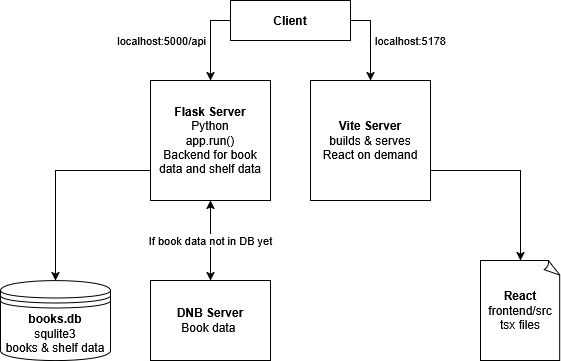
The draw.io diagram documentation/dev-setup-prod-setup-servers/setup-dev.drawio.png in JRuf02/bookfinder, before a commit. Source tidied: cells renumbered, new cells last; positions are measured from the earlier drawing's top-left corner, leaving out a move shared by most shapes.
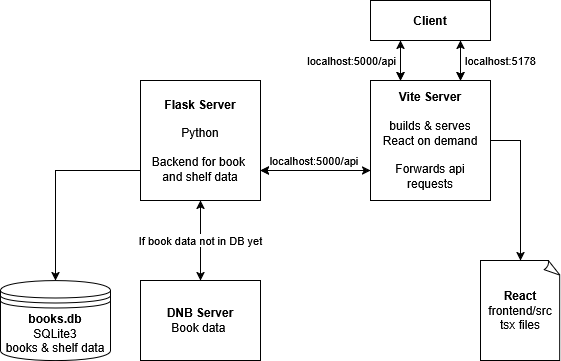
After the change.

What changed in the source:
```diff
@@ -3,35 +3,31 @@
     <mxCell id="0" />
     <mxCell id="1" parent="0" />
     <mxCell id="2" value="&lt;b&gt;Client&lt;/b&gt;" style="html=1;whiteSpace=wrap;" parent="1" vertex="1">
-      <mxGeometry x="230" width="120" height="40" as="geometry" />
+      <mxGeometry x="370" width="120" height="40" as="geometry" />
     </mxCell>
-    <mxCell id="3" value="&lt;div&gt;&lt;b&gt;Vite Server&lt;/b&gt;&lt;/div&gt;&lt;div&gt;builds &amp;amp; serves&lt;/div&gt;&lt;div&gt;React on demand&lt;/div&gt;" style="html=1;whiteSpace=wrap;" parent="1" vertex="1">
-      <mxGeometry x="310" y="80" width="120" height="120" as="geometry" />
+    <mxCell id="3" value="&lt;div&gt;&lt;b&gt;Vite Server&lt;/b&gt;&lt;/div&gt;&lt;div&gt;&lt;b&gt;&lt;br&gt;&lt;/b&gt;&lt;/div&gt;&lt;div&gt;builds &amp;amp; serves&lt;/div&gt;&lt;div&gt;React on demand&lt;/div&gt;&lt;div&gt;&lt;br&gt;&lt;/div&gt;&lt;div&gt;Forwards api requests&lt;/div&gt;" style="html=1;whiteSpace=wrap;" parent="1" vertex="1">
+      <mxGeometry x="370" y="80" width="120" height="120" as="geometry" />
     </mxCell>
-    <mxCell id="4" value="&lt;div&gt;&lt;b&gt;Flask Server&lt;/b&gt;&lt;/div&gt;&lt;div&gt;Python&lt;/div&gt;&lt;div&gt;app.run()&lt;/div&gt;&lt;div&gt;Backend for book data and shelf data&lt;/div&gt;" style="html=1;whiteSpace=wrap;" parent="1" vertex="1">
-      <mxGeometry x="150" y="80" width="120" height="120" as="geometry" />
+    <mxCell id="4" value="&lt;div&gt;&lt;b&gt;Flask Server&lt;/b&gt;&lt;/div&gt;&lt;div&gt;&lt;b&gt;&lt;br&gt;&lt;/b&gt;&lt;/div&gt;&lt;div&gt;Python&lt;/div&gt;&lt;div&gt;&lt;br&gt;&lt;/div&gt;&lt;div&gt;Backend for book&amp;nbsp;&lt;/div&gt;&lt;div&gt;and shelf data&lt;/div&gt;" style="html=1;whiteSpace=wrap;" parent="1" vertex="1">
+      <mxGeometry x="140" y="80" width="120" height="120" as="geometry" />
     </mxCell>
     <mxCell id="5" value="&lt;div&gt;&lt;b&gt;DNB Server&lt;/b&gt;&lt;/div&gt;&lt;div&gt;Book data&amp;nbsp;&lt;/div&gt;" style="html=1;whiteSpace=wrap;" parent="1" vertex="1">
-      <mxGeometry x="150" y="280" width="120" height="80" as="geometry" />
+      <mxGeometry x="140" y="280" width="120" height="80" as="geometry" />
     </mxCell>
-    <mxCell id="6" value="&lt;div align=&quot;right&quot;&gt;localhost:5000/api&amp;nbsp;&lt;/div&gt;" style="endArrow=classic;html=1;rounded=0;exitX=0;exitY=0.5;exitDx=0;exitDy=0;entryX=0.5;entryY=0;entryDx=0;entryDy=0;align=right;" parent="1" edge="1" source="2" target="4">
-      <mxGeometry relative="1" as="geometry">
-        <Array as="points">
-          <mxPoint x="210" y="20" />
-        </Array>
-      </mxGeometry>
+    <mxCell id="6" value="&lt;div align=&quot;right&quot;&gt;localhost:5000/api&amp;nbsp;&lt;/div&gt;" style="endArrow=classic;html=1;rounded=0;exitX=0.25;exitY=1;exitDx=0;exitDy=0;entryX=0.25;entryY=0;entryDx=0;entryDy=0;align=right;" parent="1" edge="1" source="2" target="3">
+      <mxGeometry relative="1" as="geometry" />
     </mxCell>
-    <mxCell id="7" value="&lt;div align=&quot;left&quot;&gt;&amp;nbsp;localhost:5178&lt;/div&gt;" style="endArrow=classic;html=1;rounded=0;entryX=0.5;entryY=0;entryDx=0;entryDy=0;exitX=1;exitY=0.5;exitDx=0;exitDy=0;align=left;" parent="1" edge="1" source="2" target="3">
+    <mxCell id="7" value="&lt;div align=&quot;left&quot;&gt;&amp;nbsp;localhost:5178&lt;/div&gt;" style="endArrow=classic;html=1;rounded=0;entryX=0.75;entryY=0;entryDx=0;entryDy=0;exitX=0.75;exitY=1;exitDx=0;exitDy=0;align=left;" parent="1" edge="1" source="2" target="3">
       <mxGeometry relative="1" as="geometry">
         <Array as="points">
-          <mxPoint x="370" y="20" />
+          <mxPoint x="460" y="60" />
         </Array>
       </mxGeometry>
     </mxCell>
     <mxCell id="8" value="If book data not in DB yet" style="endArrow=classic;startArrow=classic;html=1;rounded=0;exitX=0.5;exitY=1;exitDx=0;exitDy=0;entryX=0.5;entryY=0;entryDx=0;entryDy=0;" parent="1" edge="1" source="4" target="5">
       <mxGeometry relative="1" as="geometry" />
     </mxCell>
-    <mxCell id="9" value="&lt;div&gt;&lt;b&gt;books.db&lt;/b&gt;&lt;/div&gt;&lt;div&gt;squlite3&lt;/div&gt;&lt;div&gt;books &amp;amp; shelf data&lt;/div&gt;" style="shape=datastore;whiteSpace=wrap;html=1;" parent="1" vertex="1">
+    <mxCell id="9" value="&lt;div&gt;&lt;b&gt;books.db&lt;/b&gt;&lt;/div&gt;&lt;div&gt;SQLite3&lt;/div&gt;&lt;div&gt;books &amp;amp; shelf data&lt;/div&gt;" style="shape=datastore;whiteSpace=wrap;html=1;" parent="1" vertex="1">
       <mxGeometry y="280" width="110" height="80" as="geometry" />
     </mxCell>
     <mxCell id="10" style="endArrow=classic;html=1;rounded=0;exitX=0;exitY=0.75;exitDx=0;exitDy=0;entryX=0.5;entryY=0;entryDx=0;entryDy=0;" parent="1" edge="1" source="4" target="9">
@@ -44,12 +40,28 @@
     <mxCell id="11" value="&lt;div&gt;&lt;b&gt;React&lt;/b&gt;&lt;/div&gt;&lt;div&gt;frontend/src&lt;/div&gt;&lt;div&gt;tsx files&lt;/div&gt;" style="whiteSpace=wrap;html=1;shape=mxgraph.basic.document;" parent="1" vertex="1">
       <mxGeometry x="480" y="260" width="80" height="100" as="geometry" />
     </mxCell>
-    <mxCell id="12" style="endArrow=classic;html=1;rounded=0;exitX=1;exitY=0.75;exitDx=0;exitDy=0;entryX=0.5;entryY=0;entryDx=0;entryDy=0;entryPerimeter=0;" parent="1" edge="1" source="3" target="11">
+    <mxCell id="12" style="endArrow=classic;html=1;rounded=0;exitX=1;exitY=0.5;exitDx=0;exitDy=0;entryX=0.5;entryY=0;entryDx=0;entryDy=0;entryPerimeter=0;" parent="1" edge="1" source="3" target="11">
       <mxGeometry relative="1" as="geometry">
         <Array as="points">
-          <mxPoint x="520" y="170" />
+          <mxPoint x="520" y="140" />
         </Array>
       </mxGeometry>
     </mxCell>
+    <mxCell id="13" value="&lt;div align=&quot;center&quot;&gt;localhost:5000/api&amp;nbsp;&lt;/div&gt;" style="endArrow=classic;html=1;rounded=0;exitX=0;exitY=0.75;exitDx=0;exitDy=0;entryX=1;entryY=0.75;entryDx=0;entryDy=0;align=center;verticalAlign=bottom;" parent="1" edge="1" source="3" target="4">
+      <mxGeometry relative="1" as="geometry" />
+    </mxCell>
+    <mxCell id="14" style="endArrow=classic;startArrow=classic;html=1;rounded=0;entryX=0.25;entryY=1;entryDx=0;entryDy=0;" parent="1" edge="1" target="2">
+      <mxGeometry relative="1" as="geometry">
+        <mxPoint x="400" y="80" as="sourcePoint" />
+      </mxGeometry>
+    </mxCell>
+    <mxCell id="15" style="endArrow=classic;startArrow=classic;html=1;rounded=0;exitX=0.75;exitY=0;exitDx=0;exitDy=0;" parent="1" edge="1" source="3">
+      <mxGeometry relative="1" as="geometry">
+        <mxPoint x="460" y="40" as="targetPoint" />
+      </mxGeometry>
+    </mxCell>
+    <mxCell id="16" style="endArrow=classic;startArrow=classic;html=1;rounded=0;entryX=0;entryY=0.75;entryDx=0;entryDy=0;exitX=1;exitY=0.75;exitDx=0;exitDy=0;" parent="1" edge="1" source="4" target="3">
+      <mxGeometry relative="1" as="geometry" />
+    </mxCell>
   </root>
 </mxGraphModel>
```
